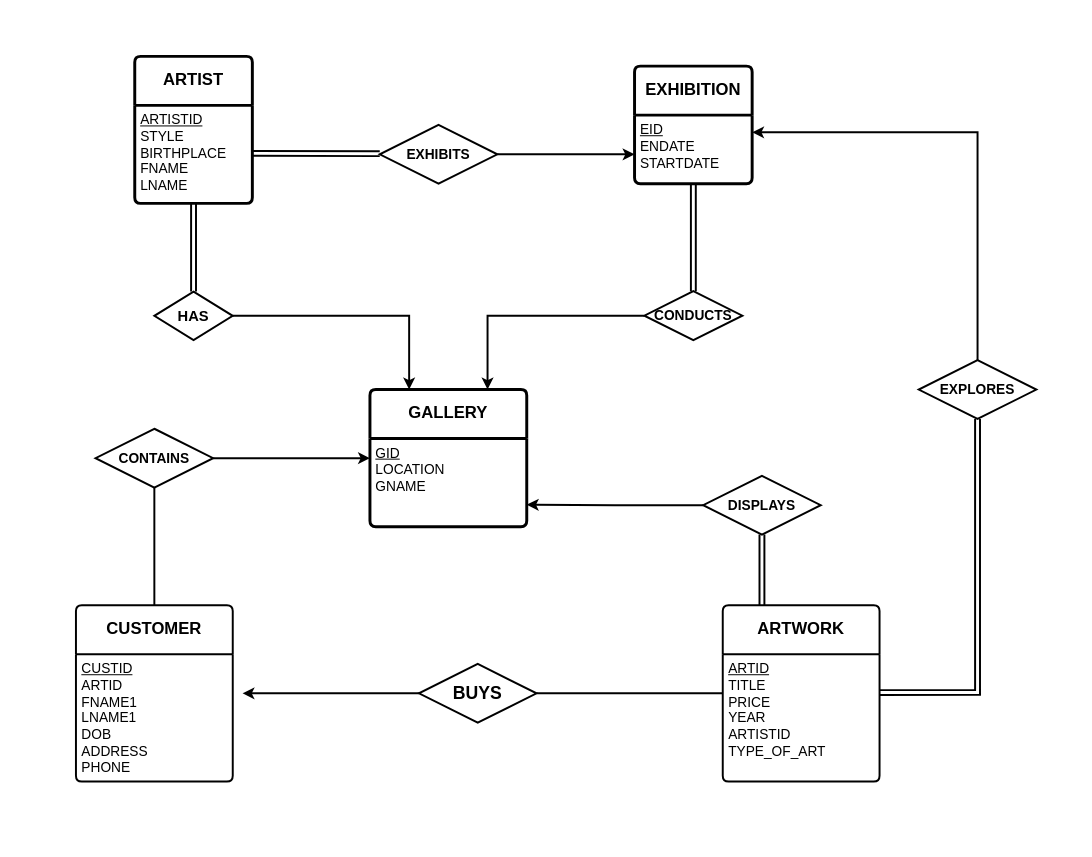
lalitdhimanth/4sem keeps this draw.io diagram as Untitled Diagram.drawio. Above is the earlier version. Source tidied: cells renumbered, new cells numbered last; positions are measured from the earlier drawing's top-left corner, leaving out a move shared by most shapes. Both pictures are drawn from the tidied source at 98%, with x=0, y=0 at pixel (17, 17).
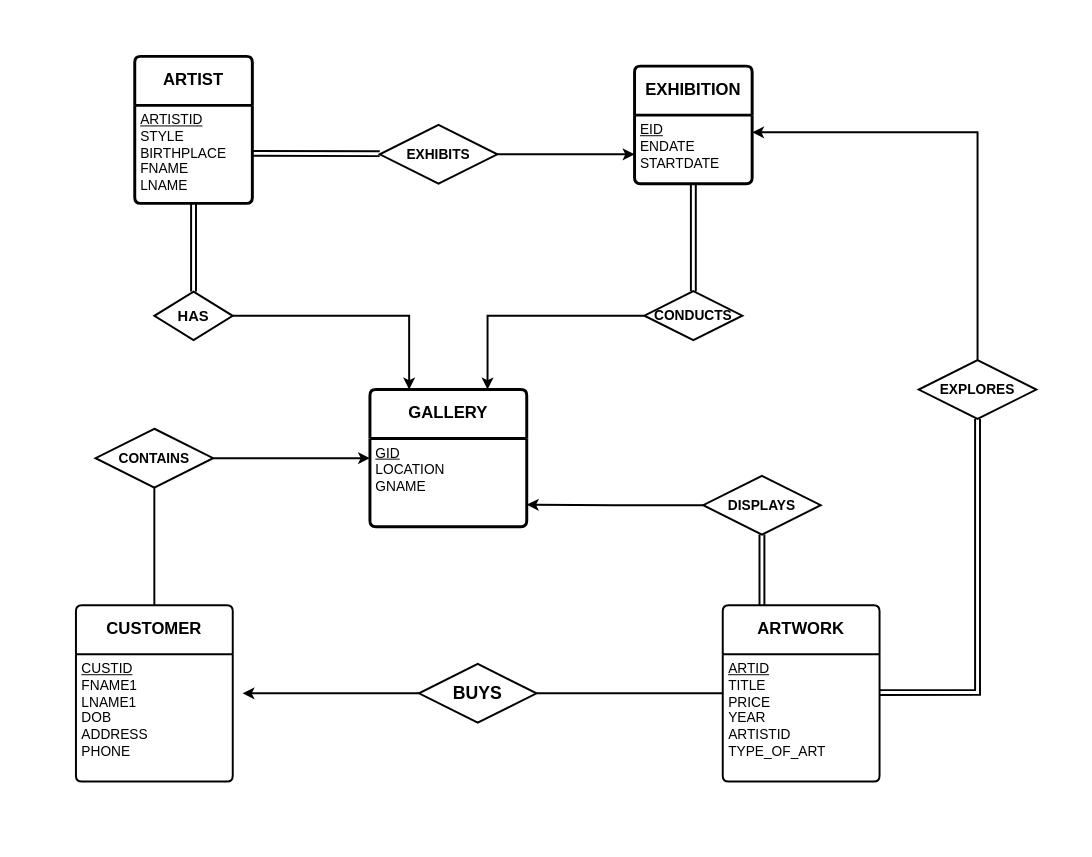
After the change.

The change refers to these unchanged cells:
```xml
<mxCell id="19" value="&lt;font style=&quot;font-size: 17px;&quot;&gt;&lt;b&gt;CUSTOMER&lt;/b&gt;&lt;/font&gt;" style="swimlane;horizontal=1;startSize=50;rounded=1;fontSize=14;fontStyle=0;strokeWidth=2;shadow=0;dashed=0;align=center;arcSize=4;whiteSpace=wrap;html=1;" parent="1" vertex="1">
  <mxGeometry x="60" y="600" width="160" height="180" as="geometry" />
</mxCell>
```

Diff of the diagram source:
```diff
@@
-    <mxCell id="20" value="&lt;span style=&quot;font-size: 14px;&quot;&gt;&lt;u&gt;CUSTID&lt;/u&gt;&lt;/span&gt;&lt;div&gt;&lt;span style=&quot;font-size: 14px;&quot;&gt;ARTID&lt;/span&gt;&lt;/div&gt;&lt;div&gt;&lt;span style=&quot;font-size: 14px;&quot;&gt;FNAME1&lt;/span&gt;&lt;/div&gt;&lt;div&gt;&lt;span style=&quot;font-size: 14px;&quot;&gt;LNAME1&lt;/span&gt;&lt;/div&gt;&lt;div&gt;&lt;span style=&quot;font-size: 14px;&quot;&gt;DOB&lt;/span&gt;&lt;/div&gt;&lt;div&gt;&lt;span style=&quot;font-size: 14px;&quot;&gt;ADDRESS&lt;/span&gt;&lt;/div&gt;&lt;div&gt;&lt;span style=&quot;font-size: 14px;&quot;&gt;PHONE&lt;/span&gt;&lt;/div&gt;" style="align=left;strokeColor=none;fillColor=none;spacingLeft=4;fontSize=12;verticalAlign=top;html=1;" parent="19" vertex="1">
+    <mxCell id="20" value="&lt;span style=&quot;font-size: 14px;&quot;&gt;&lt;u&gt;CUSTID&lt;/u&gt;&lt;/span&gt;&lt;div&gt;&lt;span style=&quot;font-size: 14px; background-color: initial;&quot;&gt;FNAME1&lt;/span&gt;&lt;br&gt;&lt;/div&gt;&lt;div&gt;&lt;span style=&quot;font-size: 14px;&quot;&gt;LNAME1&lt;/span&gt;&lt;/div&gt;&lt;div&gt;&lt;span style=&quot;font-size: 14px;&quot;&gt;DOB&lt;/span&gt;&lt;/div&gt;&lt;div&gt;&lt;span style=&quot;font-size: 14px;&quot;&gt;ADDRESS&lt;/span&gt;&lt;/div&gt;&lt;div&gt;&lt;span style=&quot;font-size: 14px;&quot;&gt;PHONE&lt;/span&gt;&lt;/div&gt;" style="align=left;strokeColor=none;fillColor=none;spacingLeft=4;fontSize=12;verticalAlign=top;html=1;" parent="19" vertex="1">
       <mxGeometry y="50" width="160" height="130" as="geometry" />
     </mxCell>
```
